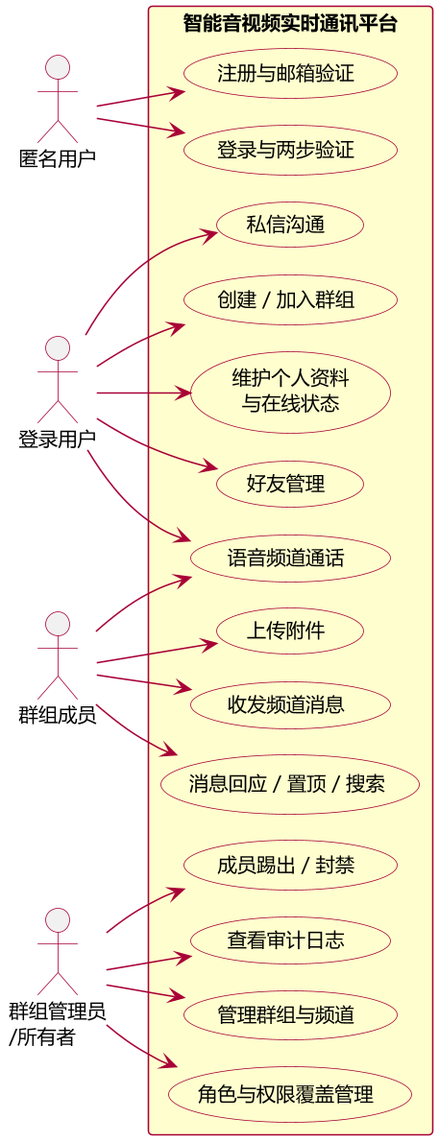
Before: docs/figures/fig3-1-usecase.png, a diagram exported from PlantUML (Siegfried-Crowley/Chorus).
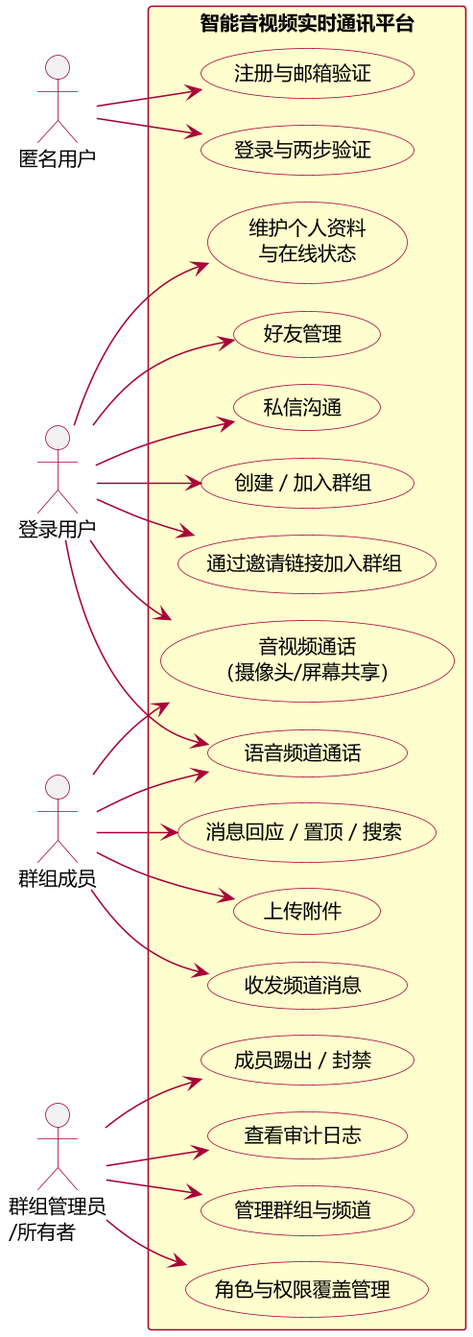
Above is the later version.

What changed in the source:
```diff
@@ -43,6 +43,8 @@
   usecase "角色与权限覆盖管理" as UC12
   usecase "成员踢出 / 封禁" as UC13
   usecase "查看审计日志" as UC14
+  usecase "音视频通话\n（摄像头/屏幕共享）" as UC15
+  usecase "通过邀请链接加入群组" as UC16
 }
 
 anon --> UC1
@@ -52,10 +54,13 @@
 user --> UC5
 user --> UC6
 user --> UC10
+user --> UC15
+user --> UC16
 member --> UC7
 member --> UC8
 member --> UC9
 member --> UC10
+member --> UC15
 admin --> UC11
 admin --> UC12
 admin --> UC13
```
